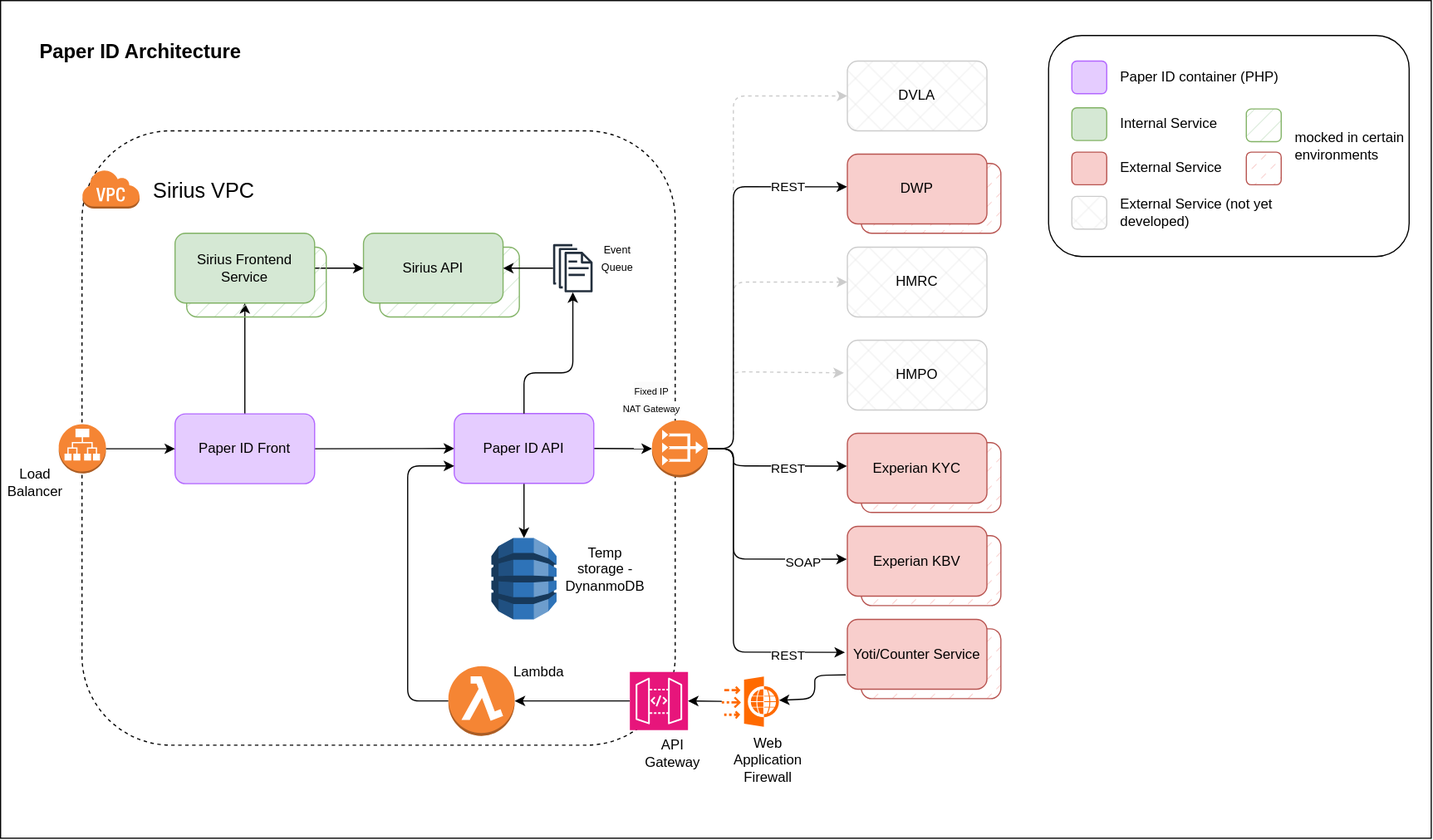
ministryofjustice/opg-paper-identity keeps this draw.io diagram as docs/architecture/diagrams/architecture.drawio.svg. Above is the earlier version. Source tidied: cells renumbered, new cells last; positions are measured from the earlier drawing's top-left corner, leaving out a move shared by most shapes.
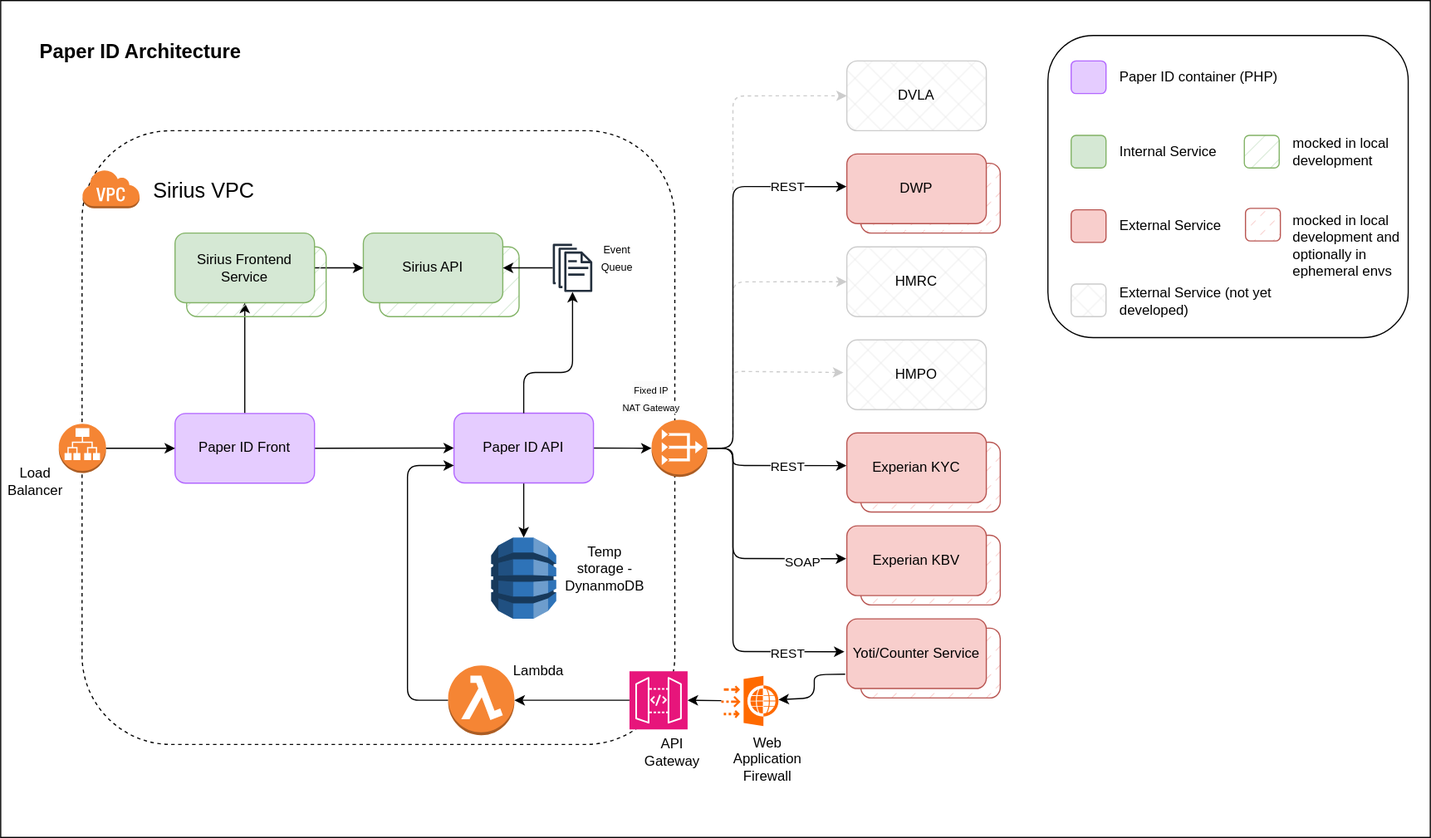
The same diagram one commit later.

Commit message:
add clarity on mocked envs

Diff of the diagram source:
```diff
@@ -214,40 +214,40 @@
       <mxGeometry x="630" y="637.6" width="60" height="30" as="geometry" />
     </mxCell>
     <mxCell id="54" style="rounded=1;whiteSpace=wrap;html=1;align=left;" parent="1" vertex="1">
-      <mxGeometry x="901" y="30" width="310" height="190" as="geometry" />
+      <mxGeometry x="901" y="30" width="310" height="260" as="geometry" />
     </mxCell>
     <mxCell id="55" style="rounded=1;whiteSpace=wrap;html=1;fillColor=#E5CCFF;strokeColor=#B266FF;" parent="1" vertex="1">
       <mxGeometry x="921" y="51.9" width="30" height="28.1" as="geometry" />
     </mxCell>
     <mxCell id="56" style="rounded=1;whiteSpace=wrap;html=1;fillColor=#f8cecc;strokeColor=#b85450;align=center;verticalAlign=middle;fontFamily=Helvetica;fontSize=12;fontColor=default;" parent="1" vertex="1">
-      <mxGeometry x="921" y="130.2" width="30" height="28.1" as="geometry" />
+      <mxGeometry x="921" y="180" width="30" height="28.1" as="geometry" />
     </mxCell>
     <mxCell id="57" style="rounded=1;whiteSpace=wrap;html=1;fillColor=#d5e8d4;strokeColor=#82b366;align=center;verticalAlign=middle;fontFamily=Helvetica;fontSize=12;fontColor=default;" parent="1" vertex="1">
-      <mxGeometry x="921" y="92.2" width="30" height="28.1" as="geometry" />
+      <mxGeometry x="921" y="116" width="30" height="28.1" as="geometry" />
     </mxCell>
     <mxCell id="58" style="rounded=1;whiteSpace=wrap;html=1;fillColor=#E6E6E6;strokeColor=#CCCCCC;align=center;verticalAlign=middle;fontFamily=Helvetica;fontSize=12;fontColor=default;fillStyle=cross-hatch;" parent="1" vertex="1">
-      <mxGeometry x="921" y="168.3" width="30" height="28.1" as="geometry" />
+      <mxGeometry x="921" y="243.9" width="30" height="28.1" as="geometry" />
     </mxCell>
     <mxCell id="59" value="Paper ID container (PHP)" style="text;html=1;align=left;verticalAlign=middle;whiteSpace=wrap;rounded=0;fontFamily=Helvetica;fontSize=12;fontColor=default;" parent="1" vertex="1">
       <mxGeometry x="961" y="51" width="150" height="30" as="geometry" />
     </mxCell>
     <mxCell id="60" value="Internal Service" style="text;html=1;align=left;verticalAlign=middle;whiteSpace=wrap;rounded=0;fontFamily=Helvetica;fontSize=12;fontColor=default;" parent="1" vertex="1">
-      <mxGeometry x="961" y="91.2" width="150" height="30" as="geometry" />
+      <mxGeometry x="961" y="115.1" width="150" height="30" as="geometry" />
     </mxCell>
     <mxCell id="61" value="External Service" style="text;html=1;align=left;verticalAlign=middle;whiteSpace=wrap;rounded=0;fontFamily=Helvetica;fontSize=12;fontColor=default;" parent="1" vertex="1">
-      <mxGeometry x="961" y="129.3" width="150" height="30" as="geometry" />
+      <mxGeometry x="961" y="179.3" width="150" height="30" as="geometry" />
     </mxCell>
     <mxCell id="62" value="External Service (not yet developed)" style="text;html=1;align=left;verticalAlign=middle;whiteSpace=wrap;rounded=0;fontFamily=Helvetica;fontSize=12;fontColor=default;" parent="1" vertex="1">
-      <mxGeometry x="961" y="167.3" width="150" height="30" as="geometry" />
+      <mxGeometry x="961" y="243.9" width="150" height="30" as="geometry" />
     </mxCell>
     <mxCell id="63" style="rounded=1;whiteSpace=wrap;html=1;fillColor=#d5e8d4;strokeColor=#82b366;align=center;verticalAlign=middle;fontFamily=Helvetica;fontSize=12;fontColor=default;fillStyle=hatch;" parent="1" vertex="1">
-      <mxGeometry x="1071" y="93.1" width="30" height="28.1" as="geometry" />
+      <mxGeometry x="1070" y="116" width="30" height="28.1" as="geometry" />
     </mxCell>
     <mxCell id="64" style="rounded=1;whiteSpace=wrap;html=1;fillColor=#f8cecc;strokeColor=#b85450;align=center;verticalAlign=middle;fontFamily=Helvetica;fontSize=12;fontColor=default;fillStyle=dashed;" parent="1" vertex="1">
-      <mxGeometry x="1071" y="130.2" width="30" height="28.1" as="geometry" />
+      <mxGeometry x="1071" y="178.7" width="30" height="28.1" as="geometry" />
     </mxCell>
-    <mxCell id="65" value="mocked in certain environments" style="text;html=1;align=left;verticalAlign=middle;whiteSpace=wrap;rounded=0;fontFamily=Helvetica;fontSize=12;fontColor=default;" parent="1" vertex="1">
-      <mxGeometry x="1111" y="110" width="120" height="30" as="geometry" />
+    <mxCell id="65" value="mocked in local development" style="text;html=1;align=left;verticalAlign=middle;whiteSpace=wrap;rounded=0;fontFamily=Helvetica;fontSize=12;fontColor=default;" parent="1" vertex="1">
+      <mxGeometry x="1110" y="115" width="120" height="30" as="geometry" />
     </mxCell>
     <mxCell id="66" value="&lt;span style=&quot;font-size: 17px;&quot;&gt;&lt;b&gt;Paper ID Architecture&lt;/b&gt;&lt;/span&gt;" style="text;html=1;align=center;verticalAlign=middle;strokeColor=none;fillColor=none;fontFamily=Helvetica;fontSize=12;fontColor=default;" parent="1" vertex="1">
       <mxGeometry x="20" y="30" width="200" height="30" as="geometry" />
@@ -270,5 +270,8 @@
     <mxCell id="72" value="Sirius Frontend Service" style="rounded=1;whiteSpace=wrap;html=1;fillColor=#d5e8d4;strokeColor=#82b366;" parent="1" vertex="1">
       <mxGeometry x="150" y="200" width="120" height="60" as="geometry" />
     </mxCell>
+    <mxCell id="73" value="mocked in local development and optionally in ephemeral envs" style="text;html=1;align=left;verticalAlign=middle;whiteSpace=wrap;rounded=0;fontFamily=Helvetica;fontSize=12;fontColor=default;" parent="1" vertex="1">
+      <mxGeometry x="1110" y="178.7" width="120" height="64" as="geometry" />
+    </mxCell>
   </root>
 </mxGraphModel>
```
